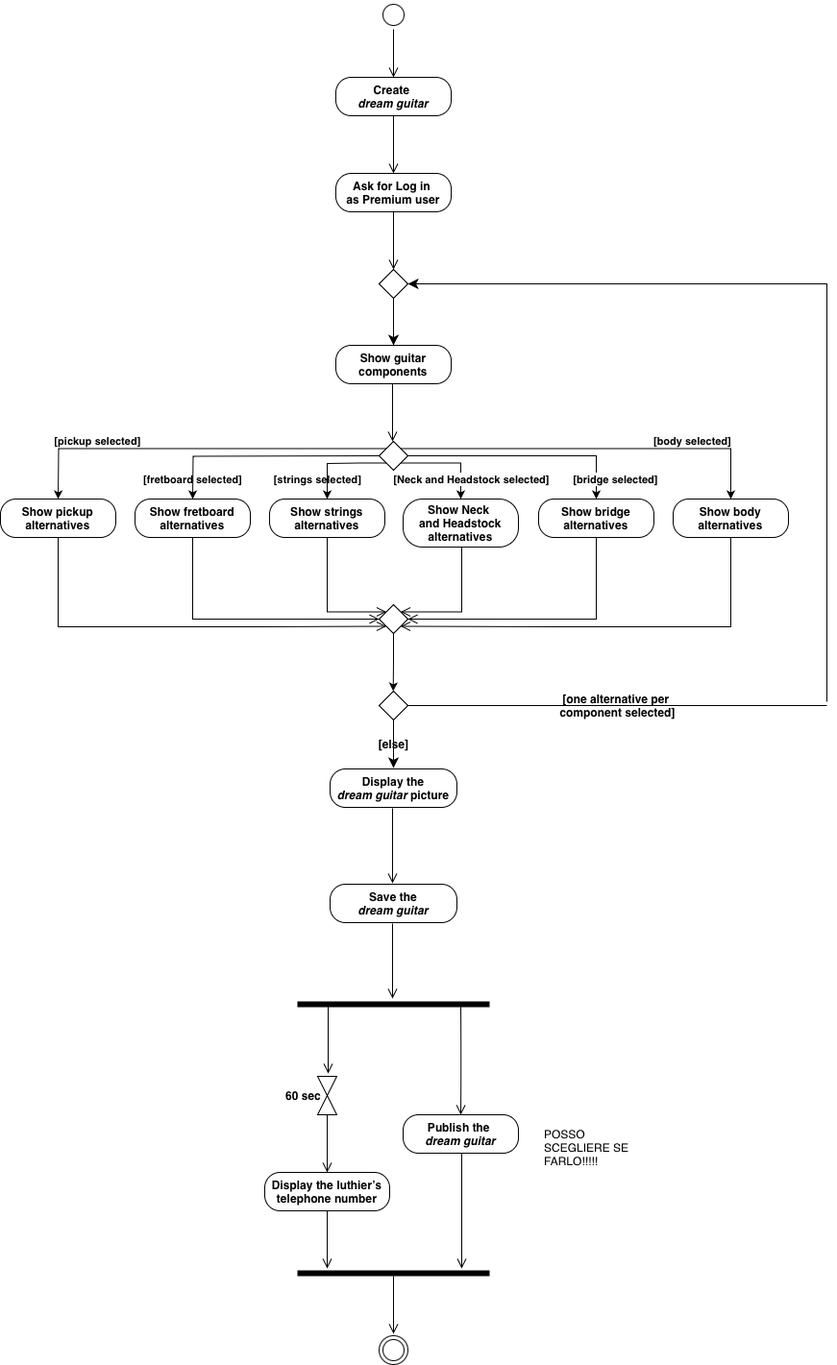
This is ActivityDiagramT.drawio.png from TizianoLilli/ISPW-Project, a draw.io export, as it was before one commit. Source tidied: cells renumbered, new cells last; positions are measured from the earlier drawing's top-left corner, leaving out a move shared by most shapes.
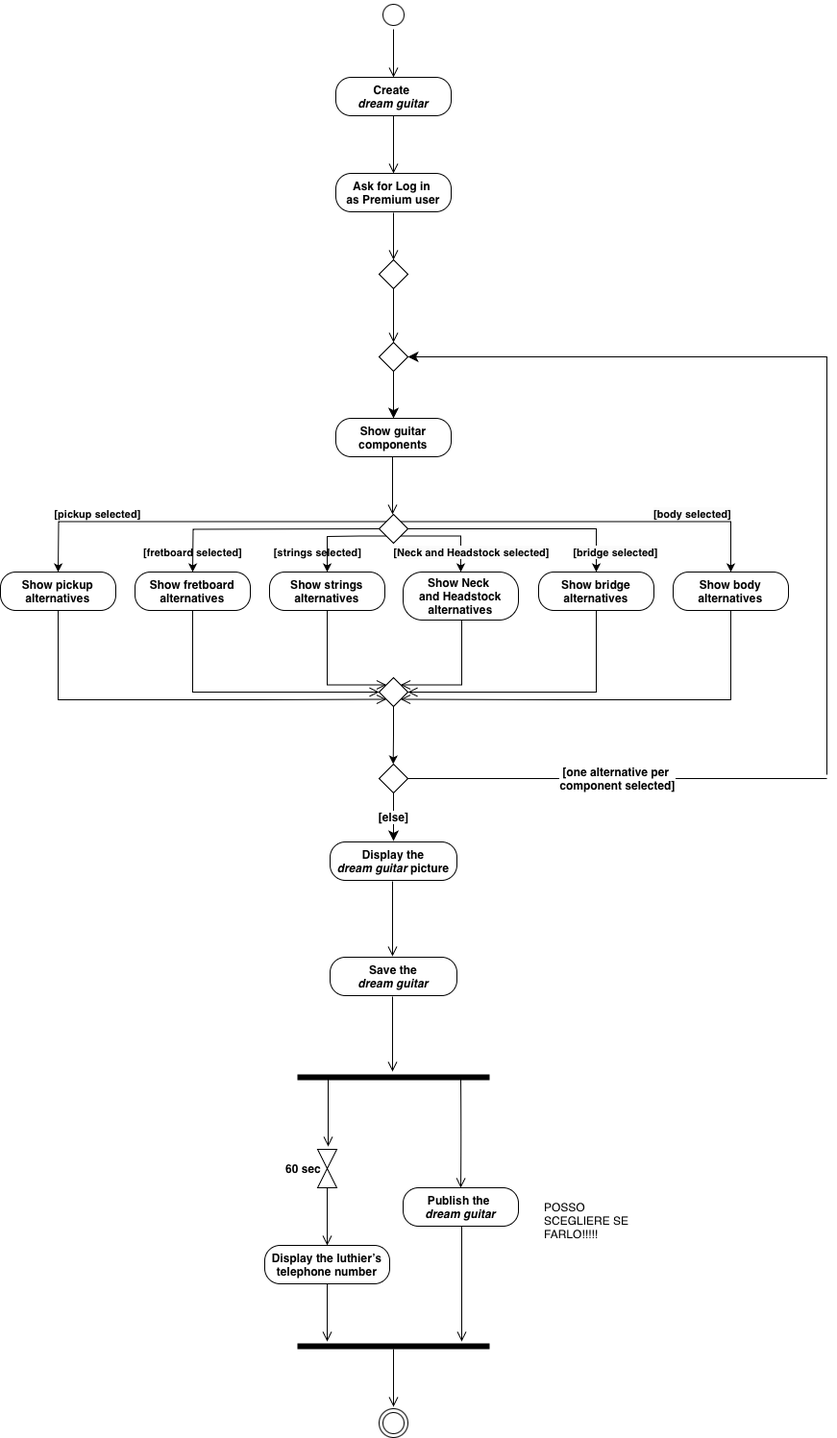
The same file after the commit.

Diff of the diagram source:
```diff
@@ -3,32 +3,31 @@
     <mxCell id="0" />
     <mxCell id="1" parent="0" />
     <mxCell id="2" value="&lt;b&gt;Create&amp;nbsp;&lt;/b&gt;&lt;div&gt;&lt;b&gt;&lt;i&gt;dream guitar&lt;/i&gt;&lt;/b&gt;&lt;/div&gt;" style="rounded=1;whiteSpace=wrap;html=1;arcSize=40;labelBackgroundColor=none;" parent="1" vertex="1">
-      <mxGeometry x="349" y="80" width="120" height="40" as="geometry" />
+      <mxGeometry x="349" y="4" width="120" height="40" as="geometry" />
     </mxCell>
     <mxCell id="3" style="edgeStyle=orthogonalEdgeStyle;html=1;verticalAlign=bottom;endArrow=open;endSize=8;rounded=0;labelBackgroundColor=none;fontColor=default;" parent="1" edge="1">
       <mxGeometry relative="1" as="geometry">
-        <mxPoint x="409" y="120" as="sourcePoint" />
-        <mxPoint x="409" y="180" as="targetPoint" />
+        <mxPoint x="409" y="44" as="sourcePoint" />
+        <mxPoint x="409" y="104" as="targetPoint" />
       </mxGeometry>
     </mxCell>
     <mxCell id="4" style="ellipse;html=1;shape=startState;labelBackgroundColor=none;" parent="1" vertex="1">
-      <mxGeometry x="394" width="30" height="30" as="geometry" />
+      <mxGeometry x="394" y="-76" width="30" height="30" as="geometry" />
     </mxCell>
     <mxCell id="5" style="edgeStyle=orthogonalEdgeStyle;html=1;verticalAlign=bottom;endArrow=open;endSize=8;rounded=0;entryX=0.5;entryY=0;entryDx=0;entryDy=0;labelBackgroundColor=none;fontColor=default;" parent="1" edge="1" source="4">
       <mxGeometry relative="1" as="geometry">
-        <mxPoint x="409" y="80" as="targetPoint" />
+        <mxPoint x="409" y="4" as="targetPoint" />
         <Array as="points">
-          <mxPoint x="409" y="50" />
-          <mxPoint x="409" y="50" />
+          <mxPoint x="409" y="-26" />
+          <mxPoint x="409" y="-26" />
         </Array>
       </mxGeometry>
     </mxCell>
     <mxCell id="6" value="&lt;b&gt;Ask for&amp;nbsp;&lt;span style=&quot;background-color: initial;&quot;&gt;Log in&amp;nbsp;&lt;/span&gt;&lt;/b&gt;&lt;div&gt;&lt;span style=&quot;background-color: initial;&quot;&gt;&lt;b&gt;as Premium user&lt;/b&gt;&lt;/span&gt;&lt;/div&gt;" style="rounded=1;whiteSpace=wrap;html=1;arcSize=40;labelBackgroundColor=none;" parent="1" vertex="1">
-      <mxGeometry x="349" y="180" width="120" height="40" as="geometry" />
+      <mxGeometry x="349" y="104" width="120" height="40" as="geometry" />
     </mxCell>
-    <mxCell id="7" style="edgeStyle=orthogonalEdgeStyle;html=1;verticalAlign=bottom;endArrow=open;endSize=8;rounded=0;labelBackgroundColor=none;fontColor=default;" parent="1" edge="1">
+    <mxCell id="7" style="edgeStyle=orthogonalEdgeStyle;html=1;verticalAlign=bottom;endArrow=open;endSize=8;rounded=0;labelBackgroundColor=none;fontColor=default;exitX=0.5;exitY=1;exitDx=0;exitDy=0;" parent="1" edge="1" source="55">
       <mxGeometry relative="1" as="geometry">
-        <mxPoint x="409" y="220" as="sourcePoint" />
         <mxPoint x="409" y="280" as="targetPoint" />
       </mxGeometry>
     </mxCell>
@@ -148,12 +147,12 @@
     <mxCell id="30" style="rhombus;whiteSpace=wrap;html=1;labelBackgroundColor=none;" parent="1" vertex="1">
       <mxGeometry x="394" y="629" width="30" height="30" as="geometry" />
     </mxCell>
-    <mxCell id="31" value="[else]" style="edgeStyle=none;curved=1;rounded=0;jettySize=auto;html=1;exitX=0.5;exitY=1;exitDx=0;exitDy=0;fontSize=12;startSize=8;endSize=8;fontStyle=1;labelBackgroundColor=none;fontColor=default;" parent="1" edge="1" source="33">
+    <mxCell id="31" value="[else]" style="edgeStyle=none;curved=1;rounded=0;jettySize=auto;html=1;exitX=0.5;exitY=1;exitDx=0;exitDy=0;fontSize=12;startSize=8;endSize=8;fontStyle=1;labelBackgroundColor=default;fontColor=default;" parent="1" edge="1" source="33">
       <mxGeometry relative="1" as="geometry">
         <mxPoint x="409" y="799" as="targetPoint" />
       </mxGeometry>
     </mxCell>
-    <mxCell id="32" value="[one alternative per&amp;nbsp;&lt;div&gt;component selected]&lt;/div&gt;" style="edgeStyle=none;curved=1;rounded=0;orthogonalLoop=1;jettySize=auto;html=1;exitX=1;exitY=0.5;exitDx=0;exitDy=0;fontSize=12;startSize=8;endSize=8;fontStyle=1;endArrow=none;endFill=0;labelBackgroundColor=none;fontColor=default;" parent="1" edge="1">
+    <mxCell id="32" value="[one alternative per&amp;nbsp;&lt;div&gt;component selected]&lt;/div&gt;" style="edgeStyle=none;curved=1;rounded=0;orthogonalLoop=1;jettySize=auto;html=1;exitX=1;exitY=0.5;exitDx=0;exitDy=0;fontSize=12;startSize=8;endSize=8;fontStyle=1;endArrow=none;endFill=0;labelBackgroundColor=default;fontColor=default;" parent="1" edge="1">
       <mxGeometry relative="1" as="geometry">
         <mxPoint x="424" y="734" as="sourcePoint" />
         <mxPoint x="860" y="734" as="targetPoint" />
@@ -261,5 +260,14 @@
         </Array>
       </mxGeometry>
     </mxCell>
+    <mxCell id="54" style="edgeStyle=orthogonalEdgeStyle;html=1;verticalAlign=bottom;endArrow=open;endSize=8;rounded=0;labelBackgroundColor=none;fontColor=default;" parent="1" edge="1">
+      <mxGeometry relative="1" as="geometry">
+        <mxPoint x="409" y="145" as="sourcePoint" />
+        <mxPoint x="409" y="194" as="targetPoint" />
+      </mxGeometry>
+    </mxCell>
+    <mxCell id="55" style="rhombus;whiteSpace=wrap;html=1;labelBackgroundColor=none;" parent="1" vertex="1">
+      <mxGeometry x="394" y="194" width="30" height="30" as="geometry" />
+    </mxCell>
   </root>
 </mxGraphModel>
```
